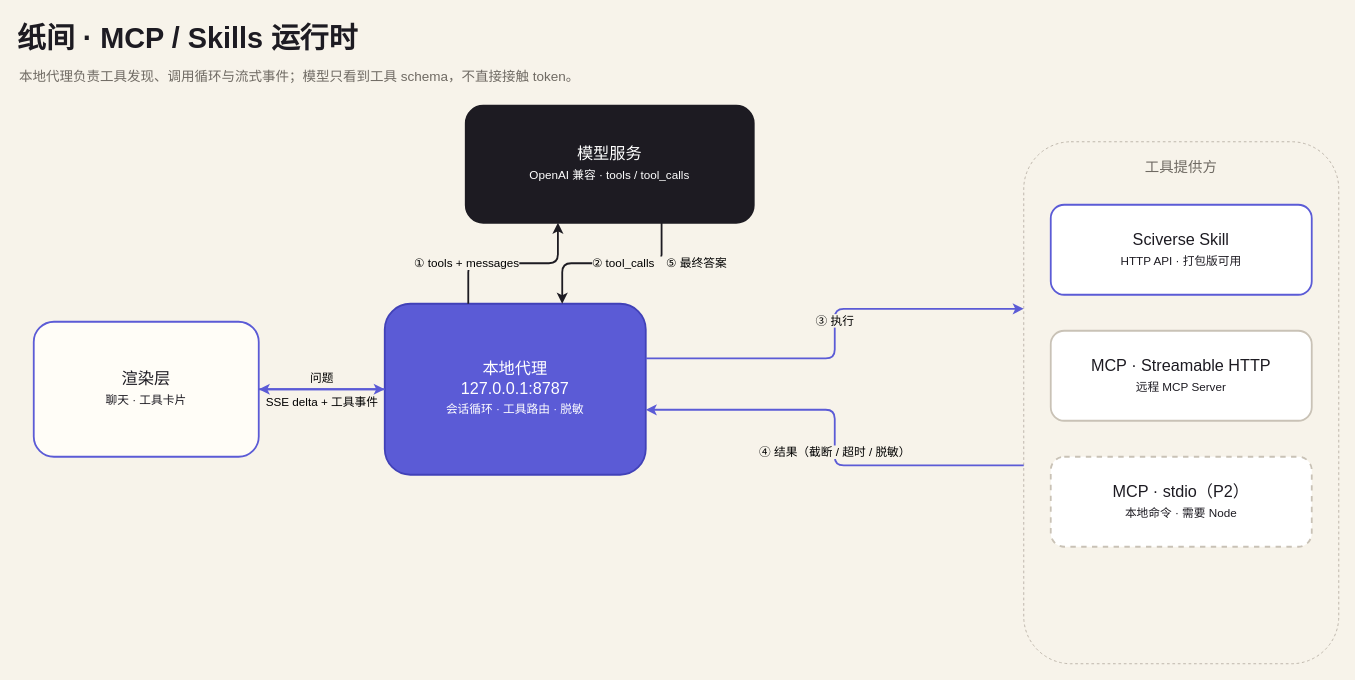
Before: docs/mcp-architecture.drawio in salt-fishes/pdf-ai-reader, a draw.io diagram. Source tidied: cells renumbered, new cells numbered last; positions are measured from the earlier drawing's top-left corner, leaving out a move shared by most shapes. Both pictures are drawn from the tidied source at 90%, with x=0, y=0 at pixel (15, 15).
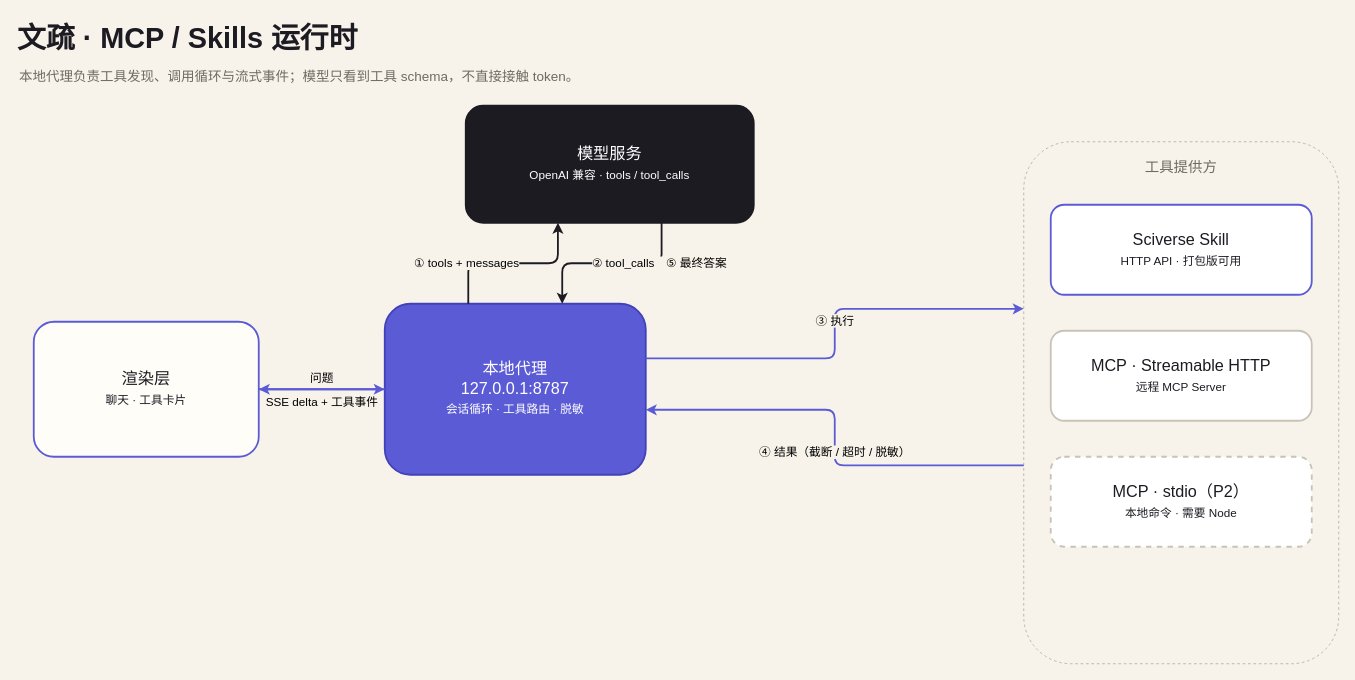
Above is the later version.

Change to the diagram source:
```diff
@@
-    <mxCell id="2" value="纸间 · MCP / Skills 运行时" style="text;html=1;fontSize=32;fontStyle=1;fontColor=#1D1B22;align=left;verticalAlign=middle;fontFamily=Microsoft YaHei;" parent="1" vertex="1">
+    <mxCell id="2" value="文疏 · MCP / Skills 运行时" style="text;html=1;fontSize=32;fontStyle=1;fontColor=#1D1B22;align=left;verticalAlign=middle;fontFamily=Microsoft YaHei;" parent="1" vertex="1">
       <mxGeometry width="760" height="50" as="geometry" />
     </mxCell>
```
